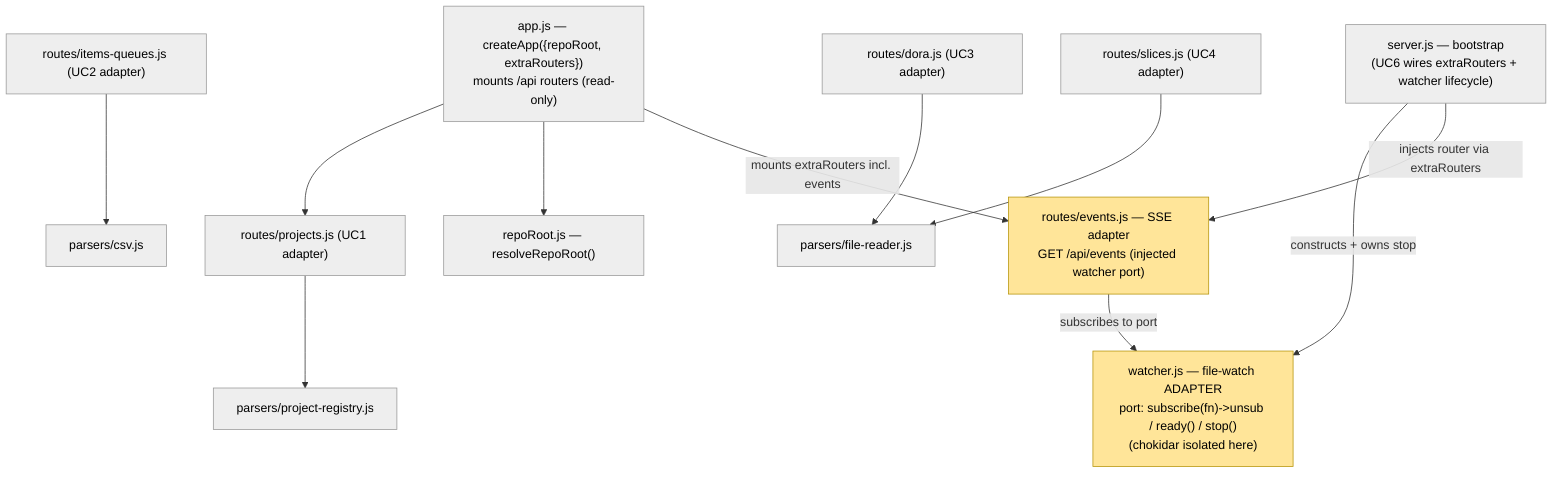
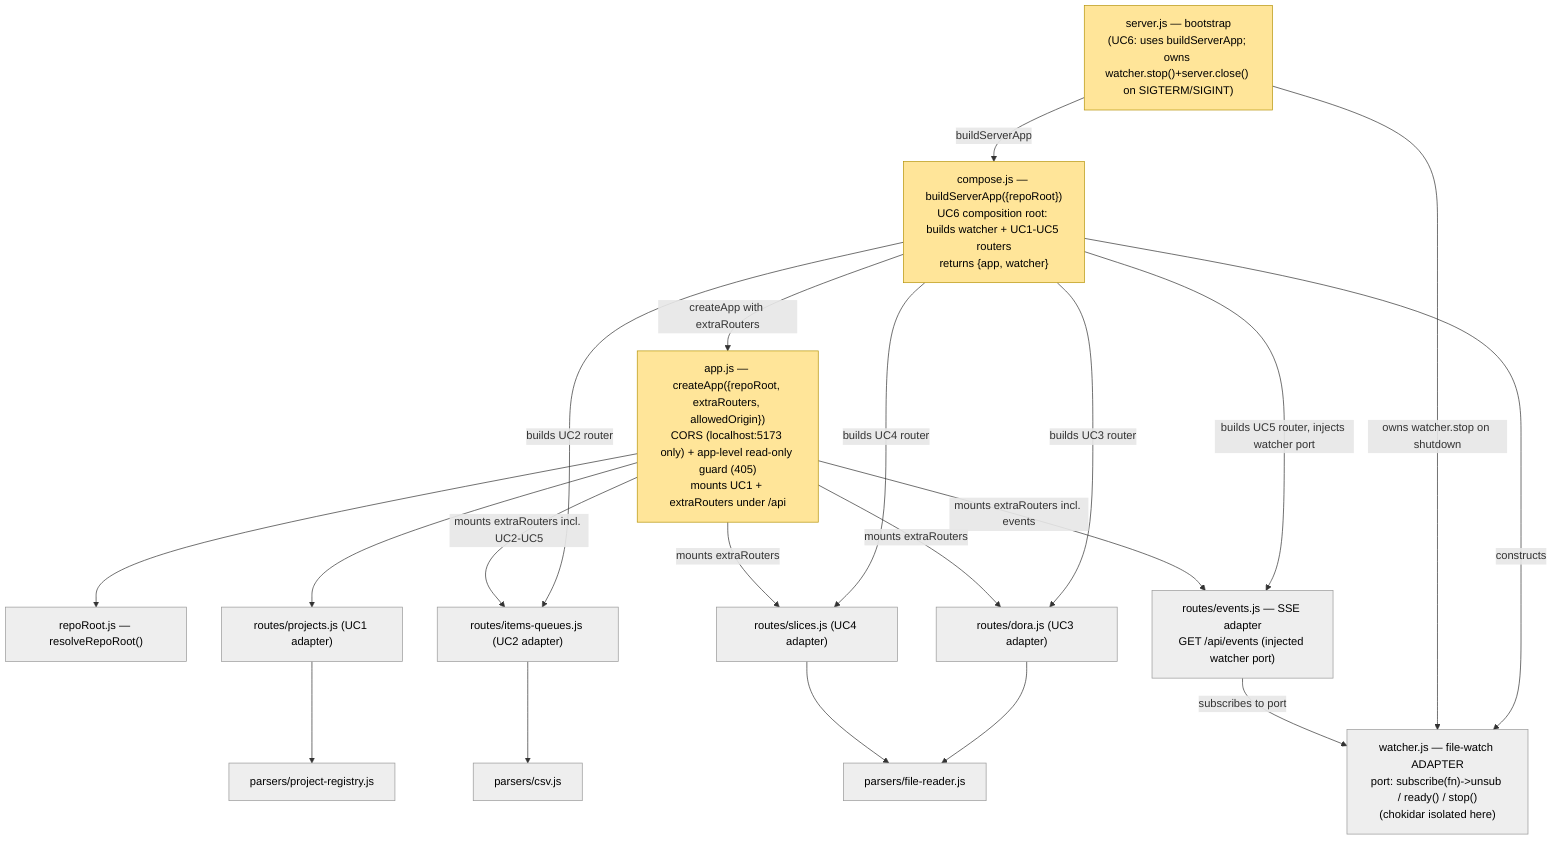
%%{ init: { "theme": "default" } }%%
%% Module/port/adapter seam graph for s001 read layer (engineer-owned, §IMP-007).
%% Nodes are seams (modules / ports / adapters), NOT every class. Edges are the
%% ACTUAL runtime routing/import paths on trunk. Marked nodes (:::s001changed)
%% are the tester's test-plan input for this slice; cleared at slice delivery.
graph TD
    %% --- Composition seam (UC6 owns; mounts every router via extraRouters) ---
-     APP["app.js — createApp({repoRoot, extraRouters})<br/>mounts /api routers (read-only)"]:::stable
-     SERVER["server.js — bootstrap<br/>(UC6 wires extraRouters + watcher lifecycle)"]:::stable
+     APP["app.js — createApp({repoRoot, extraRouters, allowedOrigin})<br/>CORS (localhost:5173 only) + app-level read-only guard (405)<br/>mounts UC1 + extraRouters under /api"]:::s001changed
+     COMPOSE["compose.js — buildServerApp({repoRoot})<br/>UC6 composition root: builds watcher + UC1-UC5 routers<br/>returns {app, watcher}"]:::s001changed
+     SERVER["server.js — bootstrap<br/>(UC6: uses buildServerApp; owns watcher.stop()+server.close() on SIGTERM/SIGINT)"]:::s001changed
    REPOROOT["repoRoot.js — resolveRepoRoot()"]:::stable

    %% --- UC1-UC4 adapters + parsers (on trunk, stable for this UC) ---
    R_PROJ["routes/projects.js (UC1 adapter)"]:::stable
    R_ITEMS["routes/items-queues.js (UC2 adapter)"]:::stable
    R_DORA["routes/dora.js (UC3 adapter)"]:::stable
    R_SLICE["routes/slices.js (UC4 adapter)"]:::stable
    P_PROJ["parsers/project-registry.js"]:::stable
    P_CSV["parsers/csv.js"]:::stable
    P_FILE["parsers/file-reader.js"]:::stable

-     %% --- UC5 file-watch live-refresh (THIS UC) ---
-     WATCH["watcher.js — file-watch ADAPTER<br/>port: subscribe(fn)->unsub / ready() / stop()<br/>(chokidar isolated here)"]:::s001changed
-     R_EVENTS["routes/events.js — SSE adapter<br/>GET /api/events (injected watcher port)"]:::s001changed
+     %% --- UC5 file-watch live-refresh ---
+     WATCH["watcher.js — file-watch ADAPTER<br/>port: subscribe(fn)->unsub / ready() / stop()<br/>(chokidar isolated here)"]:::stable
+     R_EVENTS["routes/events.js — SSE adapter<br/>GET /api/events (injected watcher port)"]:::stable

    %% Composition edges (adapters depend on domain; never reverse)
    APP --> R_PROJ
    APP --> REPOROOT
    R_PROJ --> P_PROJ
    R_ITEMS --> P_CSV
    R_DORA --> P_FILE
    R_SLICE --> P_FILE

-     %% UC5 actual routing path:
-     %% server.js (UC6) constructs the watcher, injects it into the events router,
-     %% and passes the router via extraRouters into createApp. The SSE adapter
-     %% forwards domain {type:'change',path} events from the watcher port to the
-     %% client stream. The events router imports NO chokidar — only the port.
+     %% UC6 ACTUAL runtime routing path (realised this UC):
+     %% server.js calls buildServerApp (compose.js). compose.js constructs the
+     %% watcher, builds the UC2-UC5 routers, and passes them via extraRouters into
+     %% createApp; createApp mounts UC1 + every extraRouter under /api and applies
+     %% CORS + the read-only guard. server.js owns the watcher's stop() and the
+     %% http server.close() on SIGTERM/SIGINT. The events router subscribes to the
+     %% watcher port and imports NO chokidar.
+     SERVER -->|buildServerApp| COMPOSE
+     COMPOSE -->|createApp with extraRouters| APP
+     COMPOSE -->|constructs| WATCH
+     COMPOSE -->|builds UC2 router| R_ITEMS
+     COMPOSE -->|builds UC3 router| R_DORA
+     COMPOSE -->|builds UC4 router| R_SLICE
+     COMPOSE -->|builds UC5 router, injects watcher port| R_EVENTS
+     SERVER -->|owns watcher.stop on shutdown| WATCH
+     APP -->|mounts extraRouters incl. UC2-UC5| R_ITEMS
+     APP -->|mounts extraRouters| R_DORA
+     APP -->|mounts extraRouters| R_SLICE
+     APP -->|mounts extraRouters incl. events| R_EVENTS
    R_EVENTS -->|subscribes to port| WATCH
-     SERVER -->|constructs + owns stop| WATCH
-     SERVER -->|injects router via extraRouters| R_EVENTS
-     APP -->|mounts extraRouters incl. events| R_EVENTS

    classDef stable fill:#eee,stroke:#999,color:#000
    classDef s001changed fill:#ffe599,stroke:#b7950b,color:#000
+     classDef delivered fill:#d5f5e3,stroke:#1e8449,color:#000
